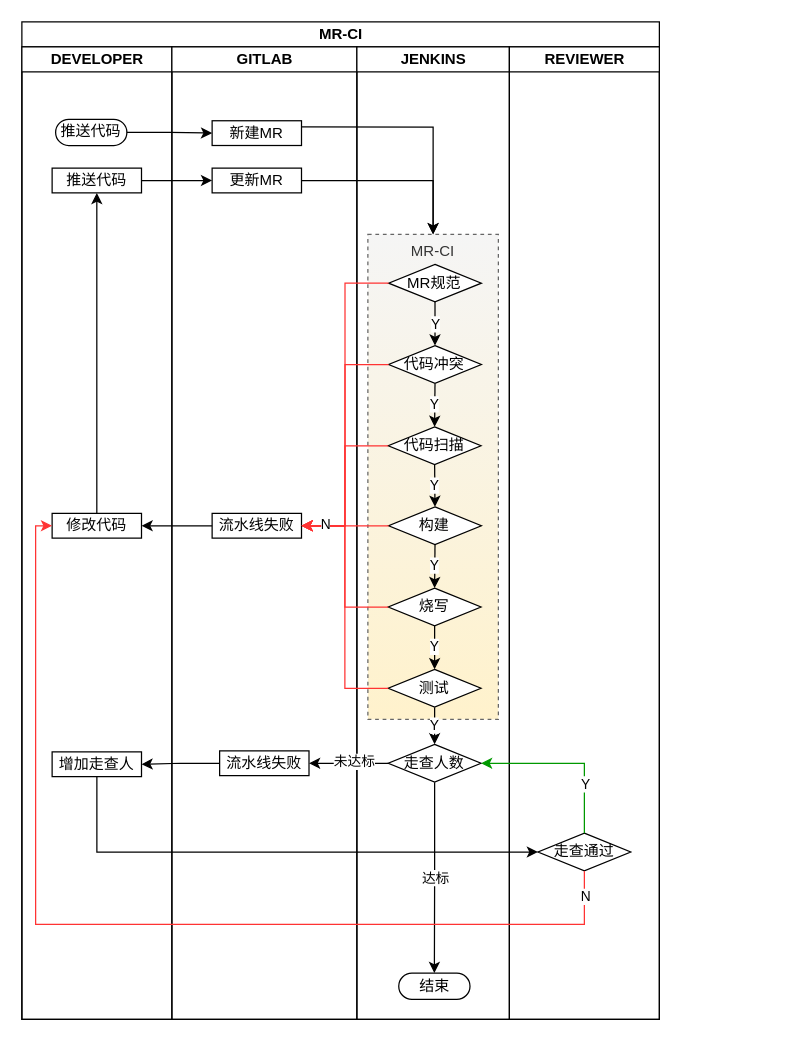
Earlier version of the draw.io diagram MR_CI_STATE.drawio (KaiGuoV5/drawio). Source tidied: cells renumbered, new cells numbered last; positions are measured from the earlier drawing's top-left corner, leaving out a move shared by most shapes. Both pictures are drawn from the tidied source at 125%, with x=0, y=0 at pixel (21, 21).
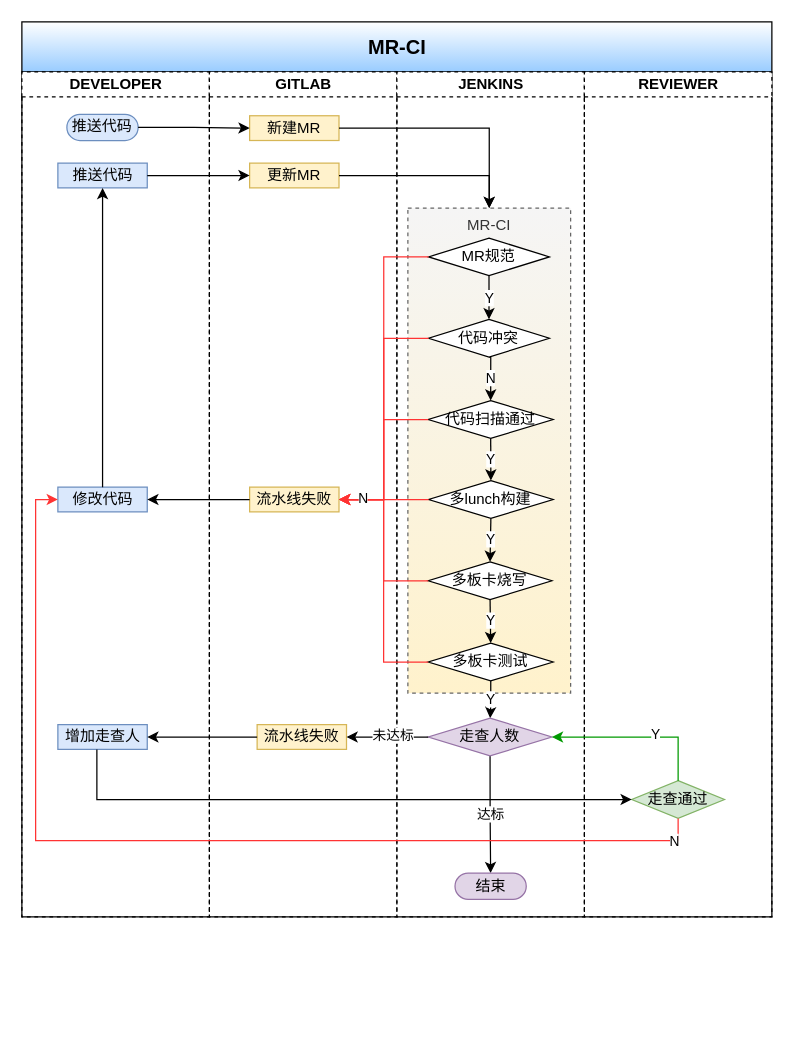
The same page after the edit.

Change to the diagram source:
```diff
@@
-    <mxCell id="2" value="MR-CI" style="swimlane;startSize=20;html=1;gradientColor=none;" parent="1" vertex="1">
-      <mxGeometry width="510" height="798" as="geometry" />
+    <mxCell id="2" value="MR-CI" style="swimlane;startSize=40;html=1;gradientColor=#99CCFF;fontSize=16;" parent="1" vertex="1">
+      <mxGeometry width="600" height="716" as="geometry" />
     </mxCell>
-    <mxCell id="3" value="DEVELOPER" style="swimlane;startSize=20;html=1;" parent="2" vertex="1">
-      <mxGeometry y="20" width="120" height="778" as="geometry" />
+    <mxCell id="3" value="DEVELOPER" style="swimlane;startSize=20;html=1;dashed=1;" parent="2" vertex="1">
+      <mxGeometry y="40" width="150" height="676" as="geometry" />
     </mxCell>
-    <mxCell id="4" value="推送代码" style="html=1;dashed=0;whiteSpace=wrap;shape=mxgraph.dfd.start;" parent="3" vertex="1">
-      <mxGeometry x="27" y="57.9" width="57" height="21" as="geometry" />
+    <mxCell id="4" value="推送代码" style="html=1;dashed=0;whiteSpace=wrap;shape=mxgraph.dfd.start;fillColor=#dae8fc;strokeColor=#6c8ebf;" parent="3" vertex="1">
+      <mxGeometry x="36" y="33.9" width="57" height="21" as="geometry" />
     </mxCell>
-    <mxCell id="5" value="推送代码" style="whiteSpace=wrap;html=1;dashed=0;" parent="3" vertex="1">
-      <mxGeometry x="24.2" y="97" width="71.5" height="19.8" as="geometry" />
+    <mxCell id="5" value="推送代码" style="whiteSpace=wrap;html=1;dashed=0;fillColor=#dae8fc;strokeColor=#6c8ebf;" parent="3" vertex="1">
+      <mxGeometry x="28.8" y="73" width="71.5" height="19.8" as="geometry" />
     </mxCell>
-    <mxCell id="6" value="增加走查人" style="whiteSpace=wrap;html=1;dashed=0;" parent="3" vertex="1">
-      <mxGeometry x="24.2" y="564" width="71.5" height="19.8" as="geometry" />
+    <mxCell id="6" value="增加走查人" style="whiteSpace=wrap;html=1;dashed=0;fillColor=#dae8fc;strokeColor=#6c8ebf;" parent="3" vertex="1">
+      <mxGeometry x="28.8" y="522.2" width="71.5" height="19.8" as="geometry" />
     </mxCell>
+    <mxCell id="10" value="修改代码" style="whiteSpace=wrap;html=1;dashed=0;fillColor=#dae8fc;strokeColor=#6c8ebf;" parent="3" vertex="1">
+      <mxGeometry x="28.8" y="332.2" width="71.5" height="19.8" as="geometry" />
+    </mxCell>
+    <mxCell id="46" style="edgeStyle=orthogonalEdgeStyle;rounded=0;jettySize=auto;html=1;" parent="3" edge="1" source="10" target="5">
+      <mxGeometry relative="1" as="geometry" />
+    </mxCell>
-    <mxCell id="7" value="GITLAB" style="swimlane;startSize=20;html=1;" parent="2" vertex="1">
-      <mxGeometry x="120" y="20" width="148" height="778" as="geometry" />
+    <mxCell id="7" value="GITLAB" style="swimlane;startSize=20;html=1;dashed=1;" parent="2" vertex="1">
+      <mxGeometry x="150" y="40" width="150" height="676" as="geometry" />
     </mxCell>
-    <mxCell id="8" value="新建MR" style="whiteSpace=wrap;html=1;dashed=0;" parent="7" vertex="1">
-      <mxGeometry x="32.2" y="59.1" width="71.5" height="19.8" as="geometry" />
+    <mxCell id="8" value="新建MR" style="whiteSpace=wrap;html=1;dashed=0;fillColor=#fff2cc;strokeColor=#d6b656;" parent="7" vertex="1">
+      <mxGeometry x="32.2" y="35.1" width="71.5" height="19.8" as="geometry" />
     </mxCell>
-    <mxCell id="9" value="更新MR" style="whiteSpace=wrap;html=1;dashed=0;" parent="7" vertex="1">
-      <mxGeometry x="32.2" y="97" width="71.5" height="19.8" as="geometry" />
+    <mxCell id="9" value="更新MR" style="whiteSpace=wrap;html=1;dashed=0;fillColor=#fff2cc;strokeColor=#d6b656;" parent="7" vertex="1">
+      <mxGeometry x="32.2" y="73" width="71.5" height="19.8" as="geometry" />
     </mxCell>
-    <mxCell id="10" value="修改代码" style="whiteSpace=wrap;html=1;dashed=0;" parent="7" vertex="1">
-      <mxGeometry x="-95.8" y="373.2" width="71.5" height="19.8" as="geometry" />
-    </mxCell>
-    <mxCell id="11" value="流水线失败" style="whiteSpace=wrap;html=1;dashed=0;" parent="7" vertex="1">
-      <mxGeometry x="32.2" y="373.2" width="71.5" height="19.8" as="geometry" />
+    <mxCell id="11" value="流水线失败" style="whiteSpace=wrap;html=1;dashed=0;fillColor=#fff2cc;strokeColor=#d6b656;" parent="7" vertex="1">
+      <mxGeometry x="32.2" y="332.2" width="71.5" height="19.8" as="geometry" />
     </mxCell>
-    <mxCell id="12" style="edgeStyle=orthogonalEdgeStyle;rounded=0;jettySize=auto;html=1;" parent="7" edge="1" source="11" target="10">
-      <mxGeometry relative="1" as="geometry" />
-    </mxCell>
-    <mxCell id="13" value="流水线失败" style="whiteSpace=wrap;html=1;dashed=0;" parent="7" vertex="1">
-      <mxGeometry x="38.2" y="563.2" width="71.5" height="19.8" as="geometry" />
+    <mxCell id="13" value="流水线失败" style="whiteSpace=wrap;html=1;dashed=0;fillColor=#fff2cc;strokeColor=#d6b656;" parent="7" vertex="1">
+      <mxGeometry x="38.2" y="522.2" width="71.5" height="19.8" as="geometry" />
     </mxCell>
-    <mxCell id="14" value="JENKINS" style="swimlane;startSize=20;html=1;" parent="2" vertex="1">
-      <mxGeometry x="268" y="20" width="122" height="778" as="geometry" />
+    <mxCell id="14" value="JENKINS" style="swimlane;startSize=20;html=1;dashed=1;" parent="2" vertex="1">
+      <mxGeometry x="300" y="40" width="150" height="676" as="geometry" />
     </mxCell>
     <mxCell id="15" value="MR-CI" style="rounded=0;whiteSpace=wrap;html=1;verticalAlign=top;dashed=1;fillColor=#f5f5f5;strokeColor=#666666;fontColor=#333333;gradientColor=#FFF2CC;" parent="14" vertex="1">
-      <mxGeometry x="8.8" y="150" width="104.4" height="388" as="geometry" />
+      <mxGeometry x="8.8" y="109" width="130.2" height="388" as="geometry" />
     </mxCell>
@@
     <mxCell id="17" value="MR规范" style="rhombus;whiteSpace=wrap;html=1;dashed=0;" parent="14" vertex="1">
-      <mxGeometry x="25.4" y="174" width="74.2" height="30" as="geometry" />
+      <mxGeometry x="25.4" y="133" width="96.6" height="30" as="geometry" />
     </mxCell>
-    <mxCell id="18" value="Y" style="edgeStyle=orthogonalEdgeStyle;rounded=0;jettySize=auto;html=1;exitX=0.5;exitY=1;exitDx=0;exitDy=0;entryX=0.5;entryY=0;entryDx=0;entryDy=0;" parent="14" edge="1" source="19" target="21">
+    <mxCell id="18" value="N" style="edgeStyle=orthogonalEdgeStyle;rounded=0;jettySize=auto;html=1;exitX=0.5;exitY=1;exitDx=0;exitDy=0;entryX=0.5;entryY=0;entryDx=0;entryDy=0;" parent="14" edge="1" source="19" target="21">
       <mxGeometry relative="1" as="geometry" />
     </mxCell>
     <mxCell id="19" value="代码冲突" style="rhombus;whiteSpace=wrap;html=1;dashed=0;" parent="14" vertex="1">
-      <mxGeometry x="25.4" y="239" width="74.2" height="30.2" as="geometry" />
+      <mxGeometry x="25.4" y="198" width="96.6" height="30.2" as="geometry" />
     </mxCell>
@@
-    <mxCell id="21" value="代码扫描" style="rhombus;whiteSpace=wrap;html=1;dashed=0;" parent="14" vertex="1">
-      <mxGeometry x="25.1" y="304" width="74.2" height="30.2" as="geometry" />
+    <mxCell id="21" value="代码扫描通过" style="rhombus;whiteSpace=wrap;html=1;dashed=0;" parent="14" vertex="1">
+      <mxGeometry x="25.1" y="263" width="99.9" height="30.2" as="geometry" />
     </mxCell>
@@
-    <mxCell id="23" value="构建" style="rhombus;whiteSpace=wrap;html=1;dashed=0;" parent="14" vertex="1">
-      <mxGeometry x="25.4" y="368" width="74.2" height="30.2" as="geometry" />
+    <mxCell id="23" value="多lunch构建" style="rhombus;whiteSpace=wrap;html=1;dashed=0;" parent="14" vertex="1">
+      <mxGeometry x="25.4" y="327" width="99.6" height="30.2" as="geometry" />
     </mxCell>
@@
-    <mxCell id="25" value="烧写" style="rhombus;whiteSpace=wrap;html=1;dashed=0;" parent="14" vertex="1">
-      <mxGeometry x="25.1" y="433" width="74.2" height="30.2" as="geometry" />
+    <mxCell id="25" value="多板卡烧写" style="rhombus;whiteSpace=wrap;html=1;dashed=0;" parent="14" vertex="1">
+      <mxGeometry x="25.1" y="392" width="98.9" height="30.2" as="geometry" />
     </mxCell>
@@
-    <mxCell id="27" value="测试" style="rhombus;whiteSpace=wrap;html=1;dashed=0;" parent="14" vertex="1">
-      <mxGeometry x="25.1" y="498" width="74.2" height="30.2" as="geometry" />
+    <mxCell id="27" value="多板卡测试" style="rhombus;whiteSpace=wrap;html=1;dashed=0;" parent="14" vertex="1">
+      <mxGeometry x="25.1" y="457" width="99.9" height="30.2" as="geometry" />
     </mxCell>
@@
-    <mxCell id="29" value="走查人数" style="rhombus;whiteSpace=wrap;html=1;dashed=0;" parent="14" vertex="1">
-      <mxGeometry x="25.1" y="558" width="74.2" height="30.2" as="geometry" />
+    <mxCell id="29" value="走查人数" style="rhombus;whiteSpace=wrap;html=1;dashed=0;fillColor=#e1d5e7;strokeColor=#9673a6;" parent="14" vertex="1">
+      <mxGeometry x="25.1" y="517" width="98.9" height="30.2" as="geometry" />
     </mxCell>
-    <mxCell id="30" value="结束" style="html=1;dashed=0;whiteSpace=wrap;shape=mxgraph.dfd.start;" parent="14" vertex="1">
-      <mxGeometry x="33.5" y="741" width="57" height="21" as="geometry" />
+    <mxCell id="30" value="结束" style="html=1;dashed=0;whiteSpace=wrap;shape=mxgraph.dfd.start;fillColor=#e1d5e7;strokeColor=#9673a6;" parent="14" vertex="1">
+      <mxGeometry x="46.5" y="641" width="57" height="21" as="geometry" />
     </mxCell>
-    <mxCell id="31" value="REVIEWER" style="swimlane;startSize=20;html=1;gradientColor=none;" parent="2" vertex="1">
-      <mxGeometry x="390" y="20" width="120" height="778" as="geometry" />
+    <mxCell id="31" value="REVIEWER" style="swimlane;startSize=20;html=1;gradientColor=none;dashed=1;" parent="2" vertex="1">
+      <mxGeometry x="450" y="40" width="150" height="676" as="geometry" />
     </mxCell>
-    <mxCell id="32" value="走查通过" style="rhombus;whiteSpace=wrap;html=1;dashed=0;" parent="31" vertex="1">
-      <mxGeometry x="22.9" y="629" width="74.2" height="30.2" as="geometry" />
+    <mxCell id="32" value="走查通过" style="rhombus;whiteSpace=wrap;html=1;dashed=0;fillColor=#d5e8d4;strokeColor=#82b366;" parent="31" vertex="1">
+      <mxGeometry x="37.9" y="567" width="74.2" height="30.2" as="geometry" />
     </mxCell>
@@
-    <mxCell id="44" style="edgeStyle=orthogonalEdgeStyle;rounded=0;jettySize=auto;html=1;exitX=1;exitY=0.25;exitDx=0;exitDy=0;entryX=0.5;entryY=0;entryDx=0;entryDy=0;" parent="2" edge="1" source="8" target="15">
+    <mxCell id="44" style="edgeStyle=orthogonalEdgeStyle;rounded=0;jettySize=auto;html=1;exitX=1;exitY=0.5;exitDx=0;exitDy=0;entryX=0.5;entryY=0;entryDx=0;entryDy=0;" parent="2" edge="1" source="8" target="15">
       <mxGeometry relative="1" as="geometry" />
     </mxCell>
@@
-    <mxCell id="46" style="edgeStyle=orthogonalEdgeStyle;rounded=0;jettySize=auto;html=1;" parent="2" edge="1" source="10" target="5">
-      <mxGeometry relative="1" as="geometry" />
-    </mxCell>
@@
     <mxCell id="48" style="edgeStyle=orthogonalEdgeStyle;rounded=0;jettySize=auto;html=1;entryX=1;entryY=0.5;entryDx=0;entryDy=0;exitX=0.5;exitY=0;exitDx=0;exitDy=0;strokeColor=#009900;" parent="2" edge="1" source="32" target="29">
       <mxGeometry relative="1" as="geometry">
         <Array as="points">
-          <mxPoint x="450" y="593" />
+          <mxPoint x="525" y="572" />
         </Array>
       </mxGeometry>
     </mxCell>
     <mxCell id="49" value="Y" style="edgeLabel;html=1;align=center;verticalAlign=middle;" parent="48" vertex="1">
-      <mxGeometry x="-0.42" relative="1" as="geometry" />
+      <mxGeometry x="-0.42" relative="1" as="geometry">
+        <mxPoint x="-14" y="-3" as="offset" />
+      </mxGeometry>
     </mxCell>
     <mxCell id="50" style="edgeStyle=orthogonalEdgeStyle;rounded=0;jettySize=auto;html=1;entryX=0;entryY=0.5;entryDx=0;entryDy=0;" parent="2" edge="1" source="6" target="32">
       <mxGeometry relative="1" as="geometry">
         <Array as="points">
-          <mxPoint x="60" y="664" />
+          <mxPoint x="60" y="622" />
         </Array>
       </mxGeometry>
     </mxCell>
     <mxCell id="51" style="edgeStyle=orthogonalEdgeStyle;rounded=0;jettySize=auto;html=1;entryX=0;entryY=0.5;entryDx=0;entryDy=0;strokeColor=#FF3333;" parent="2" edge="1" source="32" target="10">
       <mxGeometry relative="1" as="geometry">
         <Array as="points">
-          <mxPoint x="450" y="722" />
-          <mxPoint x="11" y="722" />
-          <mxPoint x="11" y="403" />
+          <mxPoint x="525" y="655" />
+          <mxPoint x="11" y="655" />
+          <mxPoint x="11" y="382" />
         </Array>
       </mxGeometry>
     </mxCell>
@@
+    <mxCell id="12" style="edgeStyle=orthogonalEdgeStyle;rounded=0;jettySize=auto;html=1;" parent="2" edge="1" source="11" target="10">
+      <mxGeometry relative="1" as="geometry" />
+    </mxCell>
```
